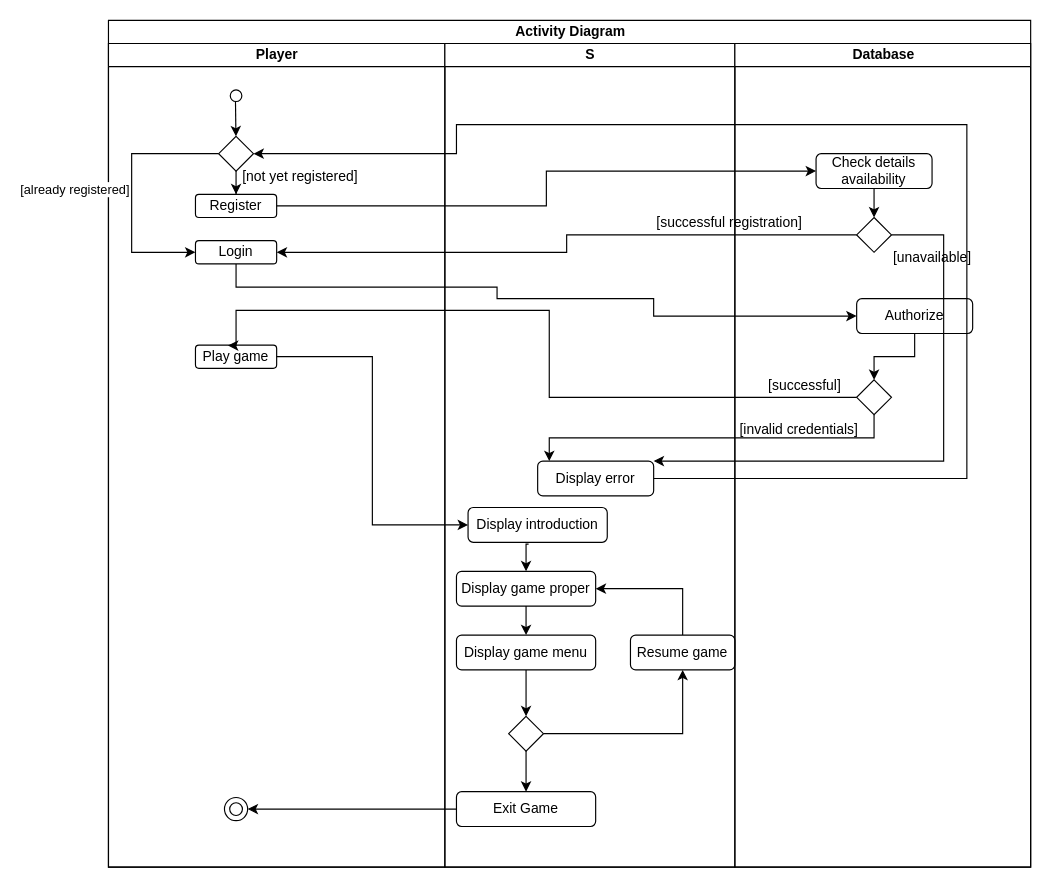
The draw.io diagram Untitled Diagram.drawio in PhDlux/Finsec., before the edit. Source tidied: cells renumbered, new cells numbered last; positions are measured from the earlier drawing's top-left corner, leaving out a move shared by most shapes. Both pictures are drawn from the tidied source at 116%, with x=0, y=0 at pixel (108, 20).
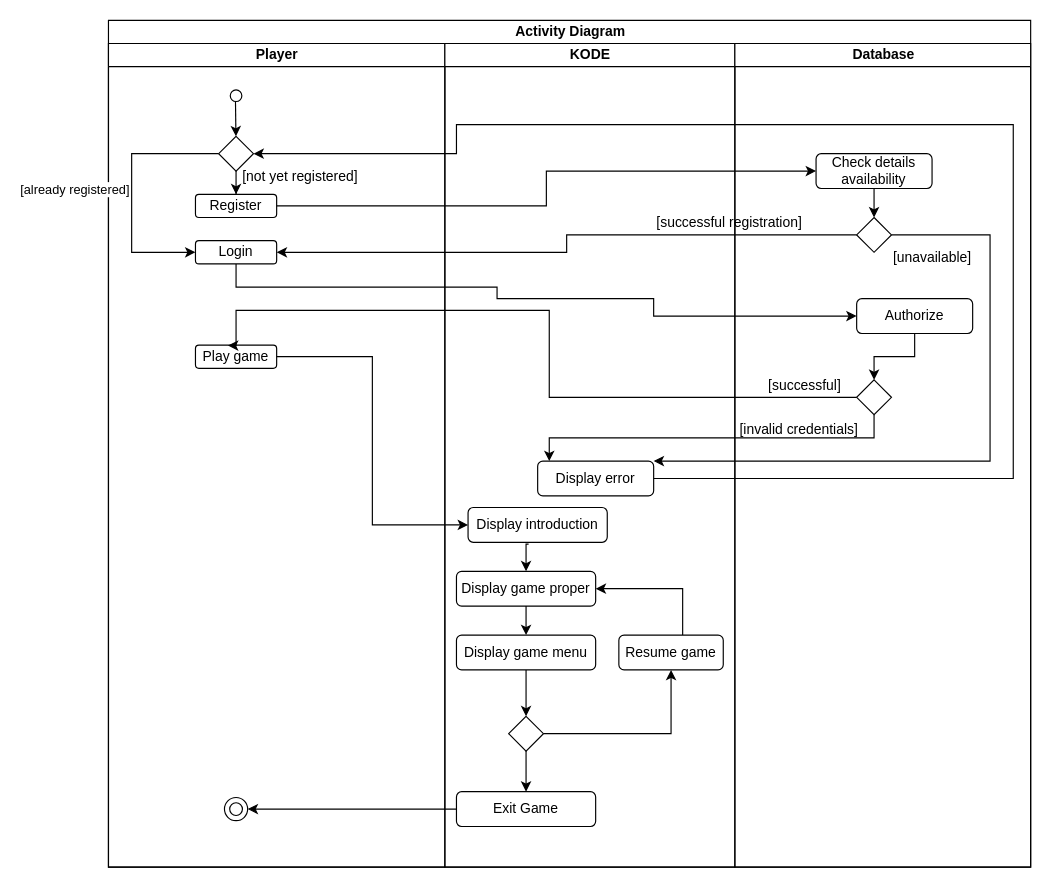
The same diagram, later.

Unchanged cells that the change refers to:
```xml
<mxCell id="2" value="Activity Diagram" style="swimlane;startSize=20;html=1;" parent="1" vertex="1">
  <mxGeometry width="795" height="730" as="geometry" />
</mxCell>
<mxCell id="11" style="rhombus;whiteSpace=wrap;html=1;" parent="3" vertex="1">
  <mxGeometry x="95" y="80" width="30" height="30" as="geometry" />
</mxCell>
<mxCell id="16" value="Display error" style="rounded=1;whiteSpace=wrap;html=1;" parent="15" vertex="1">
  <mxGeometry x="80" y="360" width="100" height="30" as="geometry" />
</mxCell>
<mxCell id="33" style="rhombus;whiteSpace=wrap;html=1;" parent="30" vertex="1">
  <mxGeometry x="105" y="150" width="30" height="30" as="geometry" />
</mxCell>
```

Change to the diagram source:
```diff
@@
-    <mxCell id="15" value="S" style="swimlane;startSize=20;html=1;" parent="2" vertex="1">
+    <mxCell id="15" value="KODE" style="swimlane;startSize=20;html=1;" parent="2" vertex="1">
       <mxGeometry x="290" y="20" width="250" height="710" as="geometry" />
     </mxCell>
@@
     <mxCell id="26" value="Resume game" style="rounded=1;whiteSpace=wrap;html=1;" parent="15" vertex="1">
-      <mxGeometry x="160" y="510" width="90" height="30" as="geometry" />
+      <mxGeometry x="150" y="510" width="90" height="30" as="geometry" />
     </mxCell>
@@
     <mxCell id="42" style="edgeStyle=orthogonalEdgeStyle;rounded=0;jettySize=auto;html=1;exitX=1;exitY=0.5;exitDx=0;exitDy=0;" parent="2" edge="1" source="33" target="16">
       <mxGeometry relative="1" as="geometry">
         <Array as="points">
-          <mxPoint x="720" y="185" />
-          <mxPoint x="720" y="380" />
+          <mxPoint x="760" y="185" />
+          <mxPoint x="760" y="380" />
         </Array>
       </mxGeometry>
     </mxCell>
@@
     <mxCell id="44" style="edgeStyle=orthogonalEdgeStyle;rounded=0;jettySize=auto;html=1;entryX=1;entryY=0.5;entryDx=0;entryDy=0;exitX=1;exitY=0.5;exitDx=0;exitDy=0;" parent="2" edge="1" source="16" target="11">
       <mxGeometry relative="1" as="geometry">
         <Array as="points">
-          <mxPoint x="740" y="395" />
-          <mxPoint x="740" y="90" />
+          <mxPoint x="780" y="395" />
+          <mxPoint x="780" y="90" />
           <mxPoint x="300" y="90" />
           <mxPoint x="300" y="115" />
         </Array>
       </mxGeometry>
     </mxCell>
```
